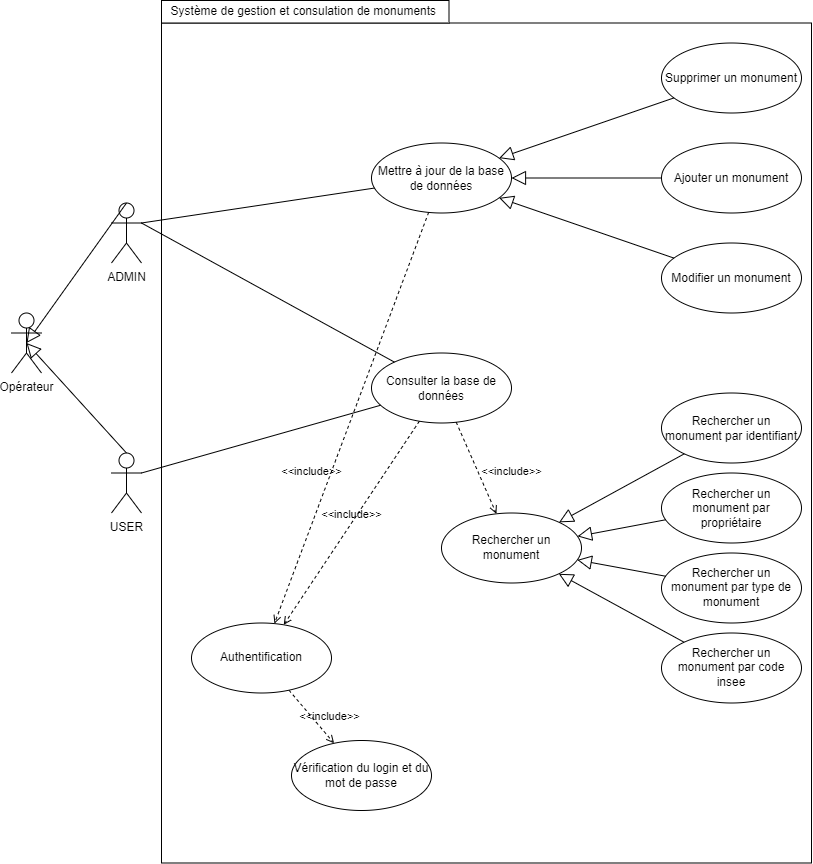
The draw.io diagram diagramme_use_case_UML.drawio.png in adrienm94/JavaEEProjetMonuments, before a commit. Source tidied: cells renumbered, new cells last; positions are measured from the earlier drawing's top-left corner, leaving out a move shared by most shapes. Its diagram source:
```xml
<mxGraphModel>
  <root>
    <mxCell id="0" />
    <mxCell id="1" parent="0" />
    <mxCell id="2" style="rounded=0;whiteSpace=wrap;html=1;fillColor=none;" parent="1" vertex="1">
      <mxGeometry x="150" y="22.5" width="650" height="840" as="geometry" />
    </mxCell>
    <mxCell id="3" value="Opérateur" style="shape=umlActor;verticalLabelPosition=bottom;verticalAlign=top;html=1;" parent="1" vertex="1">
      <mxGeometry y="312.5" width="30" height="60" as="geometry" />
    </mxCell>
    <mxCell id="4" value="USER" style="shape=umlActor;verticalLabelPosition=bottom;verticalAlign=top;html=1;" parent="1" vertex="1">
      <mxGeometry x="100" y="452.5" width="30" height="60" as="geometry" />
    </mxCell>
    <mxCell id="5" value="ADMIN" style="shape=umlActor;verticalLabelPosition=bottom;verticalAlign=top;html=1;" parent="1" vertex="1">
      <mxGeometry x="100" y="202.5" width="30" height="60" as="geometry" />
    </mxCell>
    <mxCell id="6" value="Consulter la base de données" style="ellipse;whiteSpace=wrap;html=1;" parent="1" vertex="1">
      <mxGeometry x="360" y="352.5" width="140" height="70" as="geometry" />
    </mxCell>
    <mxCell id="7" value="&amp;lt;&amp;lt;include&amp;gt;&amp;gt;" style="edgeStyle=none;html=1;endArrow=open;verticalAlign=bottom;dashed=1;labelBackgroundColor=none;rounded=0;" parent="1" edge="1" source="12" target="13">
      <mxGeometry x="0.52" y="8" relative="1" as="geometry" />
    </mxCell>
    <mxCell id="8" style="edgeStyle=none;html=1;endArrow=block;endFill=0;endSize=12;verticalAlign=bottom;rounded=0;exitX=0.5;exitY=0;exitDx=0;exitDy=0;exitPerimeter=0;entryX=0.5;entryY=0.5;entryDx=0;entryDy=0;entryPerimeter=0;" parent="1" edge="1" source="4" target="3">
      <mxGeometry relative="1" as="geometry" />
    </mxCell>
    <mxCell id="9" style="edgeStyle=none;html=1;endArrow=block;endFill=0;endSize=12;verticalAlign=bottom;rounded=0;entryX=0.5;entryY=0.5;entryDx=0;entryDy=0;entryPerimeter=0;exitX=0.5;exitY=0;exitDx=0;exitDy=0;exitPerimeter=0;" parent="1" edge="1" source="5" target="3">
      <mxGeometry relative="1" as="geometry" />
    </mxCell>
    <mxCell id="10" value="Système de gestion et consulation de monuments&amp;nbsp;" style="rounded=0;whiteSpace=wrap;html=1;" parent="1" vertex="1">
      <mxGeometry x="150" width="287.5" height="22.5" as="geometry" />
    </mxCell>
    <mxCell id="11" value="Mettre à jour de la base de données" style="ellipse;whiteSpace=wrap;html=1;" parent="1" vertex="1">
      <mxGeometry x="360" y="142.5" width="140" height="70" as="geometry" />
    </mxCell>
    <mxCell id="12" value="Authentification" style="ellipse;whiteSpace=wrap;html=1;" parent="1" vertex="1">
      <mxGeometry x="180" y="622.5" width="140" height="70" as="geometry" />
    </mxCell>
    <mxCell id="13" value="Vérification du login et du mot de passe" style="ellipse;whiteSpace=wrap;html=1;" parent="1" vertex="1">
      <mxGeometry x="280" y="740" width="140" height="70" as="geometry" />
    </mxCell>
    <mxCell id="14" style="endArrow=none;html=1;rounded=0;exitX=1;exitY=0.3333333333333333;exitDx=0;exitDy=0;exitPerimeter=0;" parent="1" edge="1" source="5" target="6">
      <mxGeometry relative="1" as="geometry" />
    </mxCell>
    <mxCell id="15" style="endArrow=none;html=1;rounded=0;exitX=1;exitY=0.3333333333333333;exitDx=0;exitDy=0;exitPerimeter=0;" parent="1" edge="1" source="5" target="11">
      <mxGeometry relative="1" as="geometry" />
    </mxCell>
    <mxCell id="16" style="endArrow=none;html=1;rounded=0;exitX=1;exitY=0.3333333333333333;exitDx=0;exitDy=0;exitPerimeter=0;" parent="1" edge="1" source="4" target="6">
      <mxGeometry relative="1" as="geometry" />
    </mxCell>
    <mxCell id="17" value="Supprimer un monument" style="ellipse;whiteSpace=wrap;html=1;" parent="1" vertex="1">
      <mxGeometry x="650" y="42.5" width="140" height="70" as="geometry" />
    </mxCell>
    <mxCell id="18" value="Ajouter un monument" style="ellipse;whiteSpace=wrap;html=1;" parent="1" vertex="1">
      <mxGeometry x="650" y="142.5" width="140" height="70" as="geometry" />
    </mxCell>
    <mxCell id="19" value="Modifier un monument" style="ellipse;whiteSpace=wrap;html=1;" parent="1" vertex="1">
      <mxGeometry x="650" y="242.5" width="140" height="70" as="geometry" />
    </mxCell>
    <mxCell id="20" value="Rechercher un monument" style="ellipse;whiteSpace=wrap;html=1;" parent="1" vertex="1">
      <mxGeometry x="430" y="512.5" width="140" height="70" as="geometry" />
    </mxCell>
    <mxCell id="21" value="Rechercher un monument par identifiant" style="ellipse;whiteSpace=wrap;html=1;" parent="1" vertex="1">
      <mxGeometry x="650" y="392.5" width="140" height="70" as="geometry" />
    </mxCell>
    <mxCell id="22" value="Rechercher un monument par propriétaire" style="ellipse;whiteSpace=wrap;html=1;" parent="1" vertex="1">
      <mxGeometry x="650" y="472.5" width="140" height="70" as="geometry" />
    </mxCell>
    <mxCell id="23" value="Rechercher un monument par type de monument" style="ellipse;whiteSpace=wrap;html=1;" parent="1" vertex="1">
      <mxGeometry x="650" y="552.5" width="140" height="70" as="geometry" />
    </mxCell>
    <mxCell id="24" value="Rechercher un monument par code insee" style="ellipse;whiteSpace=wrap;html=1;" parent="1" vertex="1">
      <mxGeometry x="650" y="632.5" width="140" height="70" as="geometry" />
    </mxCell>
    <mxCell id="25" value="&amp;lt;&amp;lt;include&amp;gt;&amp;gt;" style="edgeStyle=none;html=1;endArrow=open;verticalAlign=bottom;dashed=1;labelBackgroundColor=none;rounded=0;" parent="1" edge="1" source="6" target="20">
      <mxGeometry x="0.51" y="27" relative="1" as="geometry" />
    </mxCell>
    <mxCell id="26" style="edgeStyle=none;html=1;endArrow=block;endFill=0;endSize=12;verticalAlign=bottom;rounded=0;" parent="1" edge="1" source="21" target="20">
      <mxGeometry relative="1" as="geometry" />
    </mxCell>
    <mxCell id="27" style="edgeStyle=none;html=1;endArrow=block;endFill=0;endSize=12;verticalAlign=bottom;rounded=0;" parent="1" edge="1" source="22" target="20">
      <mxGeometry relative="1" as="geometry" />
    </mxCell>
    <mxCell id="28" style="edgeStyle=none;html=1;endArrow=block;endFill=0;endSize=12;verticalAlign=bottom;rounded=0;" parent="1" edge="1" source="23" target="20">
      <mxGeometry relative="1" as="geometry" />
    </mxCell>
    <mxCell id="29" style="edgeStyle=none;html=1;endArrow=block;endFill=0;endSize=12;verticalAlign=bottom;rounded=0;" parent="1" edge="1" source="24" target="20">
      <mxGeometry relative="1" as="geometry" />
    </mxCell>
    <mxCell id="30" style="edgeStyle=none;html=1;endArrow=block;endFill=0;endSize=12;verticalAlign=bottom;rounded=0;" parent="1" edge="1" source="17" target="11">
      <mxGeometry relative="1" as="geometry" />
    </mxCell>
    <mxCell id="31" style="edgeStyle=none;html=1;endArrow=block;endFill=0;endSize=12;verticalAlign=bottom;rounded=0;" parent="1" edge="1" source="18" target="11">
      <mxGeometry relative="1" as="geometry" />
    </mxCell>
    <mxCell id="32" style="edgeStyle=none;html=1;endArrow=block;endFill=0;endSize=12;verticalAlign=bottom;rounded=0;" parent="1" edge="1" source="19" target="11">
      <mxGeometry relative="1" as="geometry" />
    </mxCell>
    <mxCell id="33" value="&amp;lt;&amp;lt;include&amp;gt;&amp;gt;" style="edgeStyle=none;html=1;endArrow=open;verticalAlign=bottom;dashed=1;labelBackgroundColor=none;rounded=0;" parent="1" edge="1" source="6" target="12">
      <mxGeometry relative="1" as="geometry" />
    </mxCell>
    <mxCell id="34" value="&amp;lt;&amp;lt;include&amp;gt;&amp;gt;" style="edgeStyle=none;html=1;endArrow=open;verticalAlign=bottom;dashed=1;labelBackgroundColor=none;rounded=0;" parent="1" edge="1" source="11" target="12">
      <mxGeometry x="0.33" y="-16" relative="1" as="geometry">
        <mxPoint x="1" as="offset" />
      </mxGeometry>
    </mxCell>
  </root>
</mxGraphModel>
```
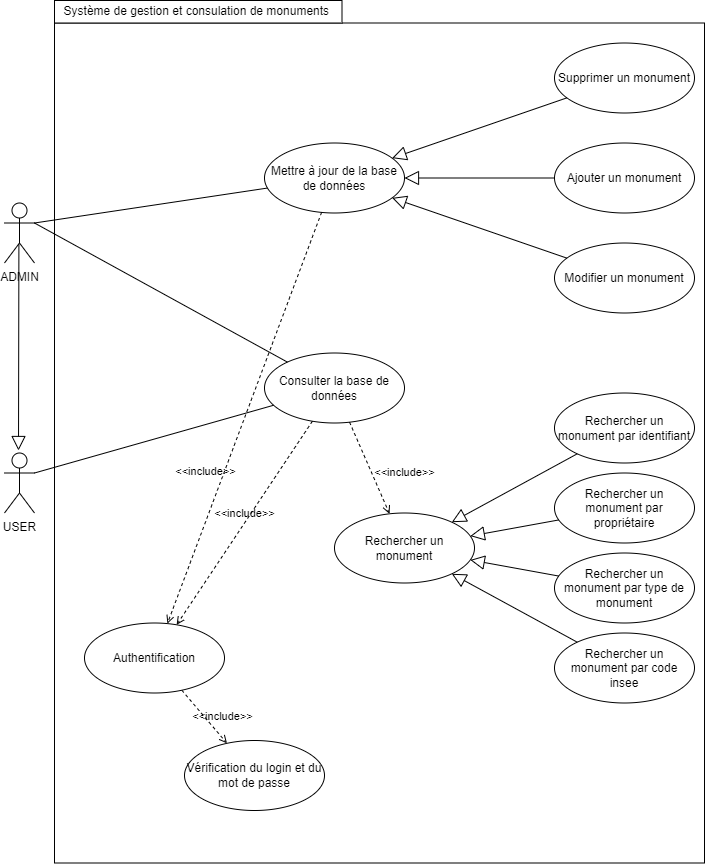
The same file after the commit.

What changed in the source:
```diff
@@ -5,9 +5,6 @@
     <mxCell id="2" style="rounded=0;whiteSpace=wrap;html=1;fillColor=none;" parent="1" vertex="1">
       <mxGeometry x="150" y="22.5" width="650" height="840" as="geometry" />
     </mxCell>
-    <mxCell id="3" value="Opérateur" style="shape=umlActor;verticalLabelPosition=bottom;verticalAlign=top;html=1;" parent="1" vertex="1">
-      <mxGeometry y="312.5" width="30" height="60" as="geometry" />
-    </mxCell>
     <mxCell id="4" value="USER" style="shape=umlActor;verticalLabelPosition=bottom;verticalAlign=top;html=1;" parent="1" vertex="1">
       <mxGeometry x="100" y="452.5" width="30" height="60" as="geometry" />
     </mxCell>
@@ -20,12 +17,11 @@
     <mxCell id="7" value="&amp;lt;&amp;lt;include&amp;gt;&amp;gt;" style="edgeStyle=none;html=1;endArrow=open;verticalAlign=bottom;dashed=1;labelBackgroundColor=none;rounded=0;" parent="1" edge="1" source="12" target="13">
       <mxGeometry x="0.52" y="8" relative="1" as="geometry" />
     </mxCell>
-    <mxCell id="8" style="edgeStyle=none;html=1;endArrow=block;endFill=0;endSize=12;verticalAlign=bottom;rounded=0;exitX=0.5;exitY=0;exitDx=0;exitDy=0;exitPerimeter=0;entryX=0.5;entryY=0.5;entryDx=0;entryDy=0;entryPerimeter=0;" parent="1" edge="1" source="4" target="3">
-      <mxGeometry relative="1" as="geometry" />
+    <mxCell id="8" style="edgeStyle=none;html=1;endArrow=block;endFill=0;endSize=12;verticalAlign=bottom;rounded=0;exitX=0.48;exitY=0.682;exitDx=0;exitDy=0;exitPerimeter=0;" parent="1" edge="1" source="5">
+      <mxGeometry relative="1" as="geometry">
+        <mxPoint x="114" y="450" as="targetPoint" />
+      </mxGeometry>
     </mxCell>
-    <mxCell id="9" style="edgeStyle=none;html=1;endArrow=block;endFill=0;endSize=12;verticalAlign=bottom;rounded=0;entryX=0.5;entryY=0.5;entryDx=0;entryDy=0;entryPerimeter=0;exitX=0.5;exitY=0;exitDx=0;exitDy=0;exitPerimeter=0;" parent="1" edge="1" source="5" target="3">
-      <mxGeometry relative="1" as="geometry" />
-    </mxCell>
     <mxCell id="10" value="Système de gestion et consulation de monuments&amp;nbsp;" style="rounded=0;whiteSpace=wrap;html=1;" parent="1" vertex="1">
       <mxGeometry x="150" width="287.5" height="22.5" as="geometry" />
     </mxCell>
```
